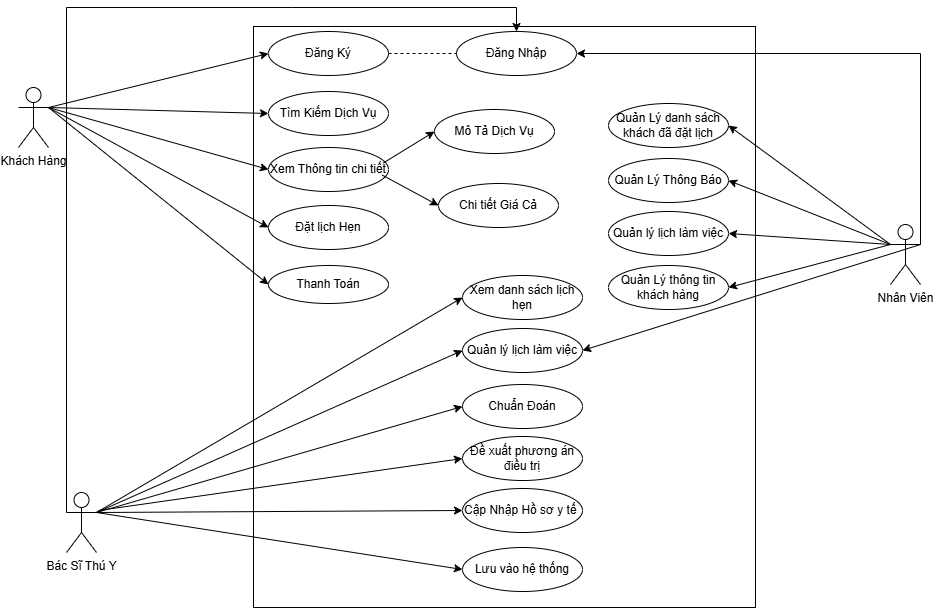
Before: sheet8.drawio.png, a diagram exported from draw.io (Junglou/-n). Source tidied: cells renumbered, new cells last; positions are measured from the earlier drawing's top-left corner, leaving out a move shared by most shapes.
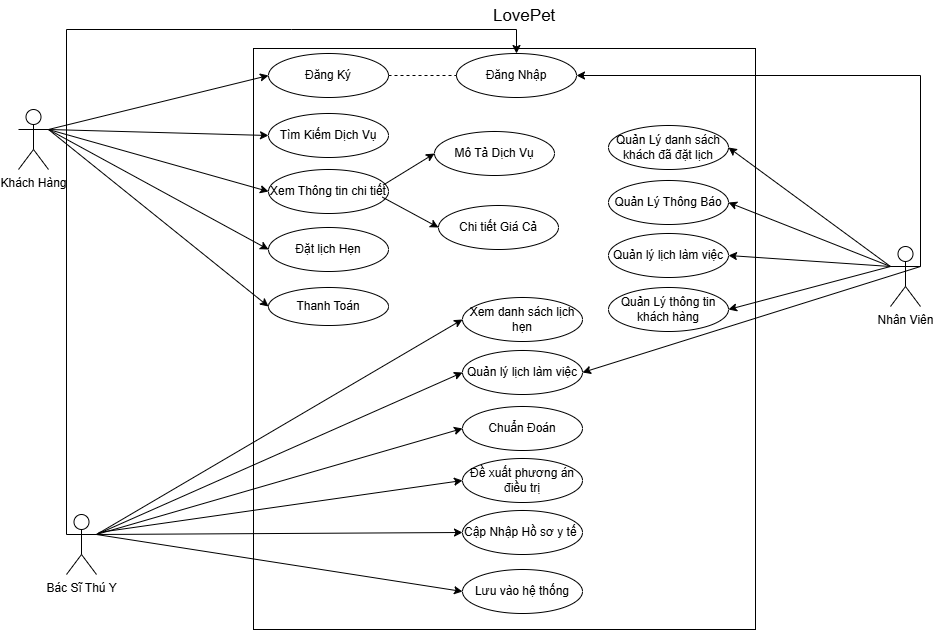
After the commit.

The edit, as a diff of the source:
```diff
@@ -143,5 +143,8 @@
     <mxCell id="44" style="endArrow=classic;html=1;rounded=0;exitX=0.948;exitY=0.627;exitDx=0;exitDy=0;exitPerimeter=0;entryX=0;entryY=0.5;entryDx=0;entryDy=0;" parent="1" edge="1" source="9" target="42">
       <mxGeometry relative="1" as="geometry" />
     </mxCell>
+    <mxCell id="45" value="&lt;font style=&quot;font-size: 17px;&quot;&gt;LovePet&amp;nbsp;&lt;/font&gt;" style="text;html=1;align=center;verticalAlign=middle;strokeColor=none;fillColor=none;" parent="1" vertex="1">
+      <mxGeometry x="465" y="-29" width="85" height="32" as="geometry" />
+    </mxCell>
   </root>
 </mxGraphModel>
```
